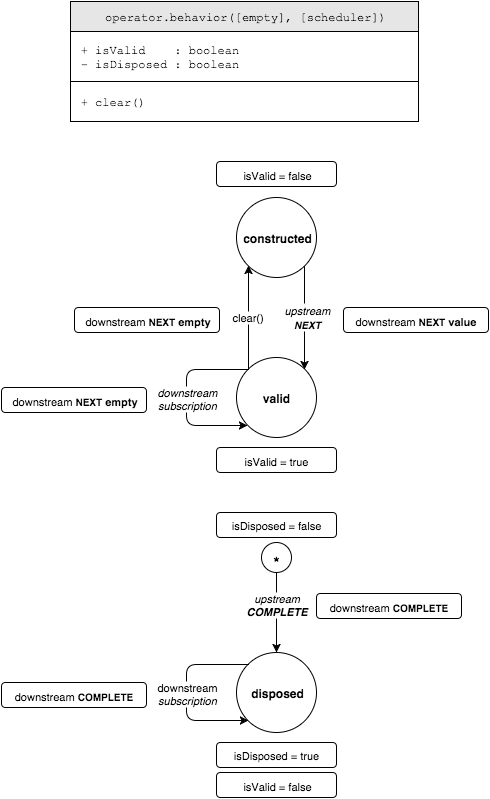
This is operator/behavior.png from bholloway/rxjs-operators, a draw.io export, as it was before one commit. Source tidied: cells renumbered, new cells last; positions are measured from the earlier drawing's top-left corner, leaving out a move shared by most shapes.
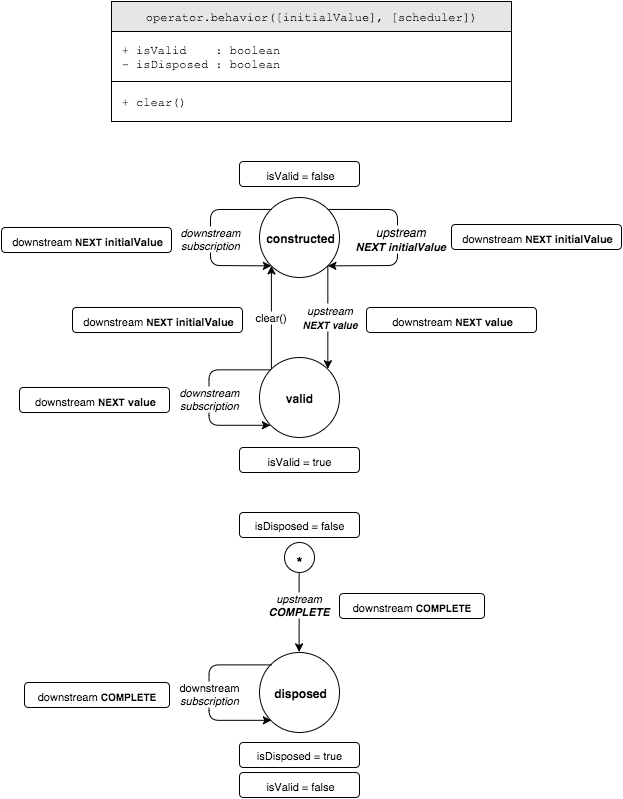
After the change.

What changed in the source:
```diff
@@ -3,46 +3,46 @@
     <mxCell id="0" />
     <mxCell id="1" parent="0" />
     <mxCell id="2" style="group;" parent="1" vertex="1">
-      <mxGeometry x="69" width="348" height="120" as="geometry" />
+      <mxGeometry x="69" width="400" height="120" as="geometry" />
     </mxCell>
     <mxCell id="3" style="group;" parent="2" vertex="1">
-      <mxGeometry width="348" height="120" as="geometry" />
+      <mxGeometry width="400" height="120" as="geometry" />
     </mxCell>
-    <mxCell id="4" value="operator.behavior([empty], [scheduler])" style="whiteSpace=wrap;html=1;fillColor=#E6E6E6;fontFamily=Courier New;" parent="3" vertex="1">
-      <mxGeometry width="348" height="30" as="geometry" />
+    <mxCell id="4" value="operator.behavior([initialValue], [scheduler])" style="whiteSpace=wrap;html=1;fillColor=#E6E6E6;fontFamily=Courier New;" parent="3" vertex="1">
+      <mxGeometry width="400" height="30" as="geometry" />
     </mxCell>
     <mxCell id="5" value="&lt;div&gt;&amp;nbsp;+ isValid &amp;nbsp; &amp;nbsp;: boolean&lt;/div&gt;&lt;div&gt;&lt;span&gt;&amp;nbsp;- isDisposed : boolean&lt;/span&gt;&lt;br&gt;&lt;/div&gt;" style="whiteSpace=wrap;html=1;fillColor=none;align=left;fontFamily=Courier New;" parent="3" vertex="1">
-      <mxGeometry y="30" width="348" height="50" as="geometry" />
+      <mxGeometry y="30" width="400" height="50" as="geometry" />
     </mxCell>
     <mxCell id="6" value="&lt;span&gt;&amp;nbsp;+ clear()&lt;/span&gt;" style="whiteSpace=wrap;html=1;fillColor=none;align=left;fontFamily=Courier New;" parent="3" vertex="1">
-      <mxGeometry y="80" width="348" height="40" as="geometry" />
+      <mxGeometry y="80" width="400" height="40" as="geometry" />
     </mxCell>
-    <mxCell id="7" style="group;" parent="1" vertex="1">
-      <mxGeometry y="160" width="487" height="636" as="geometry" />
-    </mxCell>
+    <mxCell id="31" style="group;" parent="1" vertex="1">
+      <mxGeometry x="-41" y="160" width="620" height="636" as="geometry" />
+    </mxCell>
-    <mxCell id="8" value="&lt;span&gt;valid&lt;/span&gt;" style="ellipse;whiteSpace=wrap;html=1;fillColor=#ffffff;fontStyle=1;" parent="7" vertex="1">
-      <mxGeometry x="235" y="196" width="80" height="80" as="geometry" />
+    <mxCell id="8" value="&lt;span&gt;valid&lt;/span&gt;" style="ellipse;whiteSpace=wrap;html=1;fillColor=#ffffff;fontStyle=1;" parent="31" vertex="1">
+      <mxGeometry x="258" y="196" width="80" height="80" as="geometry" />
     </mxCell>
-    <mxCell id="9" value="&lt;font style=&quot;font-size: 11px&quot;&gt;isValid = false&lt;/font&gt;" style="rounded=1;whiteSpace=wrap;html=1;strokeColor=#000000;fillColor=#ffffff;align=center;" parent="7" vertex="1">
-      <mxGeometry x="215" width="120" height="25" as="geometry" />
+    <mxCell id="9" value="&lt;font style=&quot;font-size: 11px&quot;&gt;isValid = false&lt;/font&gt;" style="rounded=1;whiteSpace=wrap;html=1;strokeColor=#000000;fillColor=#ffffff;align=center;" parent="31" vertex="1">
+      <mxGeometry x="238" width="120" height="25" as="geometry" />
     </mxCell>
-    <mxCell id="10" style="edgeStyle=orthogonalEdgeStyle;rounded=0;html=1;exitX=1;exitY=1;endArrow=classic;endFill=1;jettySize=auto;entryX=1;entryY=0;" parent="7" edge="1" source="12" target="8">
+    <mxCell id="10" style="edgeStyle=orthogonalEdgeStyle;rounded=0;html=1;exitX=1;exitY=1;endArrow=classic;endFill=1;jettySize=auto;entryX=1;entryY=0;" parent="31" edge="1" source="12" target="8">
       <mxGeometry relative="1" as="geometry">
         <Array as="points">
-          <mxPoint x="301" y="105" />
-          <mxPoint x="303" y="105" />
+          <mxPoint x="324" y="105" />
+          <mxPoint x="326" y="105" />
         </Array>
       </mxGeometry>
     </mxCell>
-    <mxCell id="11" value="&lt;i&gt;&lt;font style=&quot;font-size: 11px&quot;&gt;upstream&lt;/font&gt;&lt;/i&gt;&lt;div&gt;&lt;i&gt;&lt;b&gt;&lt;font style=&quot;font-size: 10px&quot;&gt;NEXT&lt;/font&gt;&lt;/b&gt;&lt;/i&gt;&lt;/div&gt;" style="text;html=1;align=center;verticalAlign=middle;labelBackgroundColor=#ffffff;" parent="10" vertex="1">
+    <mxCell id="11" value="&lt;i&gt;&lt;font style=&quot;font-size: 11px&quot;&gt;upstream&lt;/font&gt;&lt;/i&gt;&lt;div&gt;&lt;i&gt;&lt;b&gt;&lt;font style=&quot;font-size: 10px&quot;&gt;NEXT value&lt;/font&gt;&lt;/b&gt;&lt;/i&gt;&lt;/div&gt;" style="text;html=1;align=center;verticalAlign=middle;labelBackgroundColor=#ffffff;" parent="10" vertex="1">
       <mxGeometry x="0.1" y="1" relative="1" as="geometry">
         <mxPoint x="1" y="-5" as="offset" />
       </mxGeometry>
     </mxCell>
-    <mxCell id="12" value="constructed" style="ellipse;whiteSpace=wrap;html=1;fillColor=#ffffff;fontStyle=1;" parent="7" vertex="1">
-      <mxGeometry x="235" y="36" width="80" height="80" as="geometry" />
+    <mxCell id="12" value="constructed" style="ellipse;whiteSpace=wrap;html=1;fillColor=#ffffff;fontStyle=1;" parent="31" vertex="1">
+      <mxGeometry x="258" y="36" width="80" height="80" as="geometry" />
     </mxCell>
-    <mxCell id="13" style="endArrow=classic;html=1;exitX=0;exitY=0;entryX=0;entryY=1;" parent="7" edge="1" source="8" target="12">
+    <mxCell id="13" style="endArrow=classic;html=1;exitX=0;exitY=0;entryX=0;entryY=1;" parent="31" edge="1" source="8" target="12">
       <mxGeometry relative="1" as="geometry" />
     </mxCell>
     <mxCell id="14" value="&lt;span&gt;clear()&lt;/span&gt;" style="text;html=1;align=center;verticalAlign=middle;labelBackgroundColor=#ffffff;fontSize=11;" parent="13" vertex="1">
@@ -50,19 +50,19 @@
         <mxPoint y="-4" as="offset" />
       </mxGeometry>
     </mxCell>
-    <mxCell id="15" value="&lt;font&gt;&lt;span style=&quot;font-size: 11px&quot;&gt;downstream&lt;/span&gt;&lt;b&gt;&lt;span style=&quot;font-size: 11px&quot;&gt;&amp;nbsp;&lt;/span&gt;&lt;font style=&quot;font-size: 10px&quot;&gt;NEXT&lt;/font&gt;&lt;span style=&quot;font-size: 11px&quot;&gt; empty&lt;/span&gt;&lt;/b&gt;&lt;/font&gt;" style="rounded=1;whiteSpace=wrap;html=1;strokeColor=#000000;fillColor=#ffffff;align=center;" parent="7" vertex="1">
-      <mxGeometry x="73" y="146" width="145" height="25" as="geometry" />
+    <mxCell id="15" value="&lt;font&gt;&lt;span style=&quot;font-size: 11px&quot;&gt;downstream&lt;/span&gt;&lt;b&gt;&lt;span style=&quot;font-size: 11px&quot;&gt;&amp;nbsp;&lt;/span&gt;&lt;font style=&quot;font-size: 10px&quot;&gt;NEXT&amp;nbsp;&lt;/font&gt;&lt;span style=&quot;font-size: 11px&quot;&gt;initialValue&lt;/span&gt;&lt;/b&gt;&lt;/font&gt;" style="rounded=1;whiteSpace=wrap;html=1;strokeColor=#000000;fillColor=#ffffff;align=center;" parent="31" vertex="1">
+      <mxGeometry x="71" y="146" width="170" height="25" as="geometry" />
     </mxCell>
-    <mxCell id="16" value="&lt;font style=&quot;font-size: 11px&quot;&gt;isValid = true&lt;/font&gt;" style="rounded=1;whiteSpace=wrap;html=1;strokeColor=#000000;fillColor=#ffffff;align=center;" parent="7" vertex="1">
-      <mxGeometry x="215" y="286" width="120" height="25" as="geometry" />
+    <mxCell id="16" value="&lt;font style=&quot;font-size: 11px&quot;&gt;isValid = true&lt;/font&gt;" style="rounded=1;whiteSpace=wrap;html=1;strokeColor=#000000;fillColor=#ffffff;align=center;" parent="31" vertex="1">
+      <mxGeometry x="238" y="286" width="120" height="25" as="geometry" />
     </mxCell>
-    <mxCell id="17" style="edgeStyle=segmentEdgeStyle;endArrow=classic;html=1;" parent="7" edge="1">
-      <mxGeometry x="184.7" y="207.8" as="geometry">
-        <mxPoint x="246" y="208" as="sourcePoint" />
-        <mxPoint x="246" y="264" as="targetPoint" />
+    <mxCell id="17" style="edgeStyle=segmentEdgeStyle;endArrow=classic;html=1;" parent="31" edge="1">
+      <mxGeometry x="207.7" y="207.8" as="geometry">
+        <mxPoint x="269" y="208" as="sourcePoint" />
+        <mxPoint x="269" y="264" as="targetPoint" />
         <Array as="points">
-          <mxPoint x="185" y="208" />
-          <mxPoint x="185" y="264" />
+          <mxPoint x="208" y="208" />
+          <mxPoint x="208" y="264" />
         </Array>
       </mxGeometry>
     </mxCell>
@@ -71,27 +71,27 @@
         <mxPoint x="-1" as="offset" />
       </mxGeometry>
     </mxCell>
-    <mxCell id="19" value="&lt;font&gt;&lt;span style=&quot;font-size: 11px&quot;&gt;downstream&lt;/span&gt;&lt;b&gt;&lt;span style=&quot;font-size: 11px&quot;&gt;&amp;nbsp;&lt;/span&gt;&lt;font style=&quot;font-size: 10px&quot;&gt;NEXT&lt;/font&gt;&lt;span style=&quot;font-size: 11px&quot;&gt; empty&lt;/span&gt;&lt;/b&gt;&lt;/font&gt;" style="rounded=1;whiteSpace=wrap;html=1;strokeColor=#000000;fillColor=#ffffff;align=center;" parent="7" vertex="1">
-      <mxGeometry y="226" width="145" height="25" as="geometry" />
+    <mxCell id="19" value="&lt;font&gt;&lt;span style=&quot;font-size: 11px&quot;&gt;downstream&lt;/span&gt;&lt;b&gt;&lt;span style=&quot;font-size: 11px&quot;&gt;&amp;nbsp;&lt;/span&gt;&lt;font style=&quot;font-size: 10px&quot;&gt;NEXT&lt;/font&gt;&lt;span style=&quot;font-size: 11px&quot;&gt;&amp;nbsp;value&lt;/span&gt;&lt;/b&gt;&lt;/font&gt;" style="rounded=1;whiteSpace=wrap;html=1;strokeColor=#000000;fillColor=#ffffff;align=center;" parent="31" vertex="1">
+      <mxGeometry x="18" y="226" width="150" height="25" as="geometry" />
     </mxCell>
-    <mxCell id="20" value="&lt;font style=&quot;font-size: 11px&quot;&gt;isValid = false&lt;/font&gt;" style="rounded=1;whiteSpace=wrap;html=1;strokeColor=#000000;fillColor=#ffffff;align=center;" parent="7" vertex="1">
-      <mxGeometry x="215" y="611" width="120" height="25" as="geometry" />
+    <mxCell id="20" value="&lt;font style=&quot;font-size: 11px&quot;&gt;isValid = false&lt;/font&gt;" style="rounded=1;whiteSpace=wrap;html=1;strokeColor=#000000;fillColor=#ffffff;align=center;" parent="31" vertex="1">
+      <mxGeometry x="238" y="611" width="120" height="25" as="geometry" />
     </mxCell>
-    <mxCell id="21" value="disposed" style="ellipse;whiteSpace=wrap;html=1;fillColor=#ffffff;fontStyle=1;" parent="7" vertex="1">
-      <mxGeometry x="235" y="491" width="80" height="80" as="geometry" />
+    <mxCell id="21" value="disposed" style="ellipse;whiteSpace=wrap;html=1;fillColor=#ffffff;fontStyle=1;" parent="31" vertex="1">
+      <mxGeometry x="258" y="491" width="80" height="80" as="geometry" />
     </mxCell>
-    <mxCell id="22" value="&lt;i&gt;&lt;font&gt;upstream&lt;/font&gt;&lt;/i&gt;&lt;div&gt;&lt;div&gt;&lt;i&gt;&lt;font&gt;&lt;b&gt;COMPLETE&lt;/b&gt;&lt;/font&gt;&lt;/i&gt;&lt;/div&gt;&lt;/div&gt;" style="endArrow=classic;html=1;entryX=0.5;entryY=0;exitX=0.5;exitY=1;" parent="7" edge="1" source="26" target="21">
+    <mxCell id="22" value="&lt;i&gt;&lt;font&gt;upstream&lt;/font&gt;&lt;/i&gt;&lt;div&gt;&lt;div&gt;&lt;i&gt;&lt;font&gt;&lt;b&gt;COMPLETE&lt;/b&gt;&lt;/font&gt;&lt;/i&gt;&lt;/div&gt;&lt;/div&gt;" style="endArrow=classic;html=1;entryX=0.5;entryY=0;exitX=0.5;exitY=1;" parent="31" edge="1" source="26" target="21">
       <mxGeometry x="-0.2" relative="1" as="geometry" />
     </mxCell>
-    <mxCell id="23" value="isDisposed = true" style="rounded=1;whiteSpace=wrap;html=1;strokeColor=#000000;fillColor=#ffffff;align=center;fontSize=11;" parent="7" vertex="1">
-      <mxGeometry x="215" y="581" width="120" height="25" as="geometry" />
+    <mxCell id="23" value="isDisposed = true" style="rounded=1;whiteSpace=wrap;html=1;strokeColor=#000000;fillColor=#ffffff;align=center;fontSize=11;" parent="31" vertex="1">
+      <mxGeometry x="238" y="581" width="120" height="25" as="geometry" />
     </mxCell>
-    <mxCell id="24" style="edgeStyle=segmentEdgeStyle;endArrow=classic;html=1;entryX=0;entryY=1;" parent="7" edge="1" target="21">
+    <mxCell id="24" style="edgeStyle=segmentEdgeStyle;endArrow=classic;html=1;entryX=0;entryY=1;" parent="31" edge="1" target="21">
       <mxGeometry relative="1" as="geometry">
-        <mxPoint x="247" y="503" as="sourcePoint" />
+        <mxPoint x="270" y="503" as="sourcePoint" />
         <Array as="points">
-          <mxPoint x="185" y="503" />
-          <mxPoint x="185" y="559" />
+          <mxPoint x="208" y="503" />
+          <mxPoint x="208" y="559" />
         </Array>
       </mxGeometry>
     </mxCell>
@@ -100,20 +100,52 @@
         <mxPoint x="-1" as="offset" />
       </mxGeometry>
     </mxCell>
-    <mxCell id="26" value="&lt;b&gt;&lt;font style=&quot;font-size: 18px&quot;&gt;&lt;sub&gt;*&lt;/sub&gt;&lt;/font&gt;&lt;/b&gt;" style="ellipse;whiteSpace=wrap;html=1;strokeColor=#000000;fillColor=#ffffff;align=center;" parent="7" vertex="1">
-      <mxGeometry x="260" y="381" width="30" height="30" as="geometry" />
+    <mxCell id="26" value="&lt;b&gt;&lt;font style=&quot;font-size: 18px&quot;&gt;&lt;sub&gt;*&lt;/sub&gt;&lt;/font&gt;&lt;/b&gt;" style="ellipse;whiteSpace=wrap;html=1;strokeColor=#000000;fillColor=#ffffff;align=center;" parent="31" vertex="1">
+      <mxGeometry x="283" y="381" width="30" height="30" as="geometry" />
     </mxCell>
-    <mxCell id="27" value="isDisposed = false" style="rounded=1;whiteSpace=wrap;html=1;strokeColor=#000000;fillColor=#ffffff;align=center;fontSize=11;" parent="7" vertex="1">
-      <mxGeometry x="215" y="351" width="120" height="25" as="geometry" />
+    <mxCell id="27" value="isDisposed = false" style="rounded=1;whiteSpace=wrap;html=1;strokeColor=#000000;fillColor=#ffffff;align=center;fontSize=11;" parent="31" vertex="1">
+      <mxGeometry x="238" y="351" width="120" height="25" as="geometry" />
     </mxCell>
-    <mxCell id="28" value="&lt;font&gt;&lt;span style=&quot;font-size: 11px&quot;&gt;downstream&lt;/span&gt;&lt;b style=&quot;font-size: 11px&quot;&gt;&amp;nbsp;&lt;/b&gt;&lt;b&gt;&lt;font style=&quot;font-size: 10px&quot;&gt;COMPLETE&lt;/font&gt;&lt;/b&gt;&lt;/font&gt;" style="rounded=1;whiteSpace=wrap;html=1;strokeColor=#000000;fillColor=#ffffff;align=center;" parent="7" vertex="1">
-      <mxGeometry x="315" y="432" width="145" height="25" as="geometry" />
+    <mxCell id="28" value="&lt;font&gt;&lt;span style=&quot;font-size: 11px&quot;&gt;downstream&lt;/span&gt;&lt;b style=&quot;font-size: 11px&quot;&gt;&amp;nbsp;&lt;/b&gt;&lt;b&gt;&lt;font style=&quot;font-size: 10px&quot;&gt;COMPLETE&lt;/font&gt;&lt;/b&gt;&lt;/font&gt;" style="rounded=1;whiteSpace=wrap;html=1;strokeColor=#000000;fillColor=#ffffff;align=center;" parent="31" vertex="1">
+      <mxGeometry x="338" y="432" width="145" height="25" as="geometry" />
     </mxCell>
-    <mxCell id="29" value="&lt;font&gt;&lt;span style=&quot;font-size: 11px&quot;&gt;downstream&lt;/span&gt;&lt;b style=&quot;font-size: 11px&quot;&gt;&amp;nbsp;&lt;/b&gt;&lt;b&gt;&lt;font style=&quot;font-size: 10px&quot;&gt;COMPLETE&lt;/font&gt;&lt;/b&gt;&lt;/font&gt;" style="rounded=1;whiteSpace=wrap;html=1;strokeColor=#000000;fillColor=#ffffff;align=center;" parent="7" vertex="1">
-      <mxGeometry y="521" width="145" height="25" as="geometry" />
+    <mxCell id="29" value="&lt;font&gt;&lt;span style=&quot;font-size: 11px&quot;&gt;downstream&lt;/span&gt;&lt;b style=&quot;font-size: 11px&quot;&gt;&amp;nbsp;&lt;/b&gt;&lt;b&gt;&lt;font style=&quot;font-size: 10px&quot;&gt;COMPLETE&lt;/font&gt;&lt;/b&gt;&lt;/font&gt;" style="rounded=1;whiteSpace=wrap;html=1;strokeColor=#000000;fillColor=#ffffff;align=center;" parent="31" vertex="1">
+      <mxGeometry x="23" y="521" width="145" height="25" as="geometry" />
     </mxCell>
-    <mxCell id="30" value="&lt;font&gt;&lt;span style=&quot;font-size: 11px&quot;&gt;downstream&lt;/span&gt;&lt;b&gt;&lt;span style=&quot;font-size: 11px&quot;&gt;&amp;nbsp;&lt;/span&gt;&lt;font style=&quot;font-size: 10px&quot;&gt;NEXT&lt;/font&gt;&lt;span style=&quot;font-size: 11px&quot;&gt; value&lt;/span&gt;&lt;/b&gt;&lt;/font&gt;" style="rounded=1;whiteSpace=wrap;html=1;strokeColor=#000000;fillColor=#ffffff;align=center;" parent="7" vertex="1">
-      <mxGeometry x="342" y="146" width="145" height="25" as="geometry" />
+    <mxCell id="30" value="&lt;font&gt;&lt;span style=&quot;font-size: 11px&quot;&gt;downstream&lt;/span&gt;&lt;b&gt;&lt;span style=&quot;font-size: 11px&quot;&gt;&amp;nbsp;&lt;/span&gt;&lt;font style=&quot;font-size: 10px&quot;&gt;NEXT&amp;nbsp;&lt;/font&gt;&lt;/b&gt;&lt;/font&gt;&lt;b style=&quot;line-height: 1.2&quot;&gt;&lt;span style=&quot;font-size: 11px&quot;&gt;value&lt;/span&gt;&lt;/b&gt;" style="rounded=1;whiteSpace=wrap;html=1;strokeColor=#000000;fillColor=#ffffff;align=center;" parent="31" vertex="1">
+      <mxGeometry x="365" y="146" width="170" height="25" as="geometry" />
     </mxCell>
+    <mxCell id="32" style="edgeStyle=segmentEdgeStyle;endArrow=classic;html=1;entryX=0;entryY=1;exitX=0;exitY=0;" parent="31" edge="1" source="12" target="12">
+      <mxGeometry x="208.7" y="47.8" as="geometry">
+        <Array as="points">
+          <mxPoint x="209" y="48" />
+          <mxPoint x="209" y="104" />
+        </Array>
+      </mxGeometry>
+    </mxCell>
+    <mxCell id="33" value="&lt;div&gt;&lt;span&gt;downstream&lt;/span&gt;&lt;/div&gt;&lt;div&gt;&lt;i&gt;subscription&lt;/i&gt;&lt;br&gt;&lt;/div&gt;" style="text;html=1;align=center;verticalAlign=middle;labelBackgroundColor=#ffffff;fontStyle=2;fontSize=11;" parent="32" vertex="1">
+      <mxGeometry y="1" relative="1" as="geometry">
+        <mxPoint x="-1" as="offset" />
+      </mxGeometry>
+    </mxCell>
+    <mxCell id="34" value="&lt;font&gt;&lt;span style=&quot;font-size: 11px&quot;&gt;downstream&lt;/span&gt;&lt;b&gt;&lt;span style=&quot;font-size: 11px&quot;&gt;&amp;nbsp;&lt;/span&gt;&lt;font style=&quot;font-size: 10px&quot;&gt;NEXT&lt;/font&gt;&lt;span style=&quot;font-size: 11px&quot;&gt;&amp;nbsp;initialValue&lt;/span&gt;&lt;/b&gt;&lt;/font&gt;" style="rounded=1;whiteSpace=wrap;html=1;strokeColor=#000000;fillColor=#ffffff;align=center;" parent="31" vertex="1">
+      <mxGeometry y="66" width="170" height="25" as="geometry" />
+    </mxCell>
+    <mxCell id="35" style="edgeStyle=segmentEdgeStyle;endArrow=classic;html=1;entryX=1;entryY=1;exitX=1;exitY=0;" parent="31" edge="1" source="12" target="12">
+      <mxGeometry x="396.2" y="47.9" as="geometry">
+        <Array as="points">
+          <mxPoint x="396" y="48" />
+          <mxPoint x="396" y="104" />
+        </Array>
+      </mxGeometry>
+    </mxCell>
+    <mxCell id="36" value="&lt;div&gt;&lt;i&gt;&lt;font&gt;upstream&lt;/font&gt;&lt;/i&gt;&lt;div&gt;&lt;i&gt;&lt;b&gt;&lt;font style=&quot;font-size: 11px&quot;&gt;NEXT initialValue&lt;/font&gt;&lt;/b&gt;&lt;/i&gt;&lt;/div&gt;&lt;/div&gt;" style="text;html=1;align=center;verticalAlign=middle;labelBackgroundColor=#ffffff;direction=south;" parent="35" vertex="1">
+      <mxGeometry y="1" relative="1" as="geometry">
+        <mxPoint x="2" as="offset" />
+      </mxGeometry>
+    </mxCell>
+    <mxCell id="37" value="&lt;font&gt;&lt;span style=&quot;font-size: 11px&quot;&gt;downstream&lt;/span&gt;&lt;b&gt;&lt;span style=&quot;font-size: 11px&quot;&gt;&amp;nbsp;&lt;/span&gt;&lt;font style=&quot;font-size: 10px&quot;&gt;NEXT&amp;nbsp;&lt;/font&gt;&lt;span style=&quot;font-size: 11px&quot;&gt;initialValue&lt;/span&gt;&lt;/b&gt;&lt;/font&gt;" style="rounded=1;whiteSpace=wrap;html=1;strokeColor=#000000;fillColor=#ffffff;align=center;" parent="31" vertex="1">
+      <mxGeometry x="450" y="63" width="170" height="25" as="geometry" />
+    </mxCell>
   </root>
 </mxGraphModel>
```
